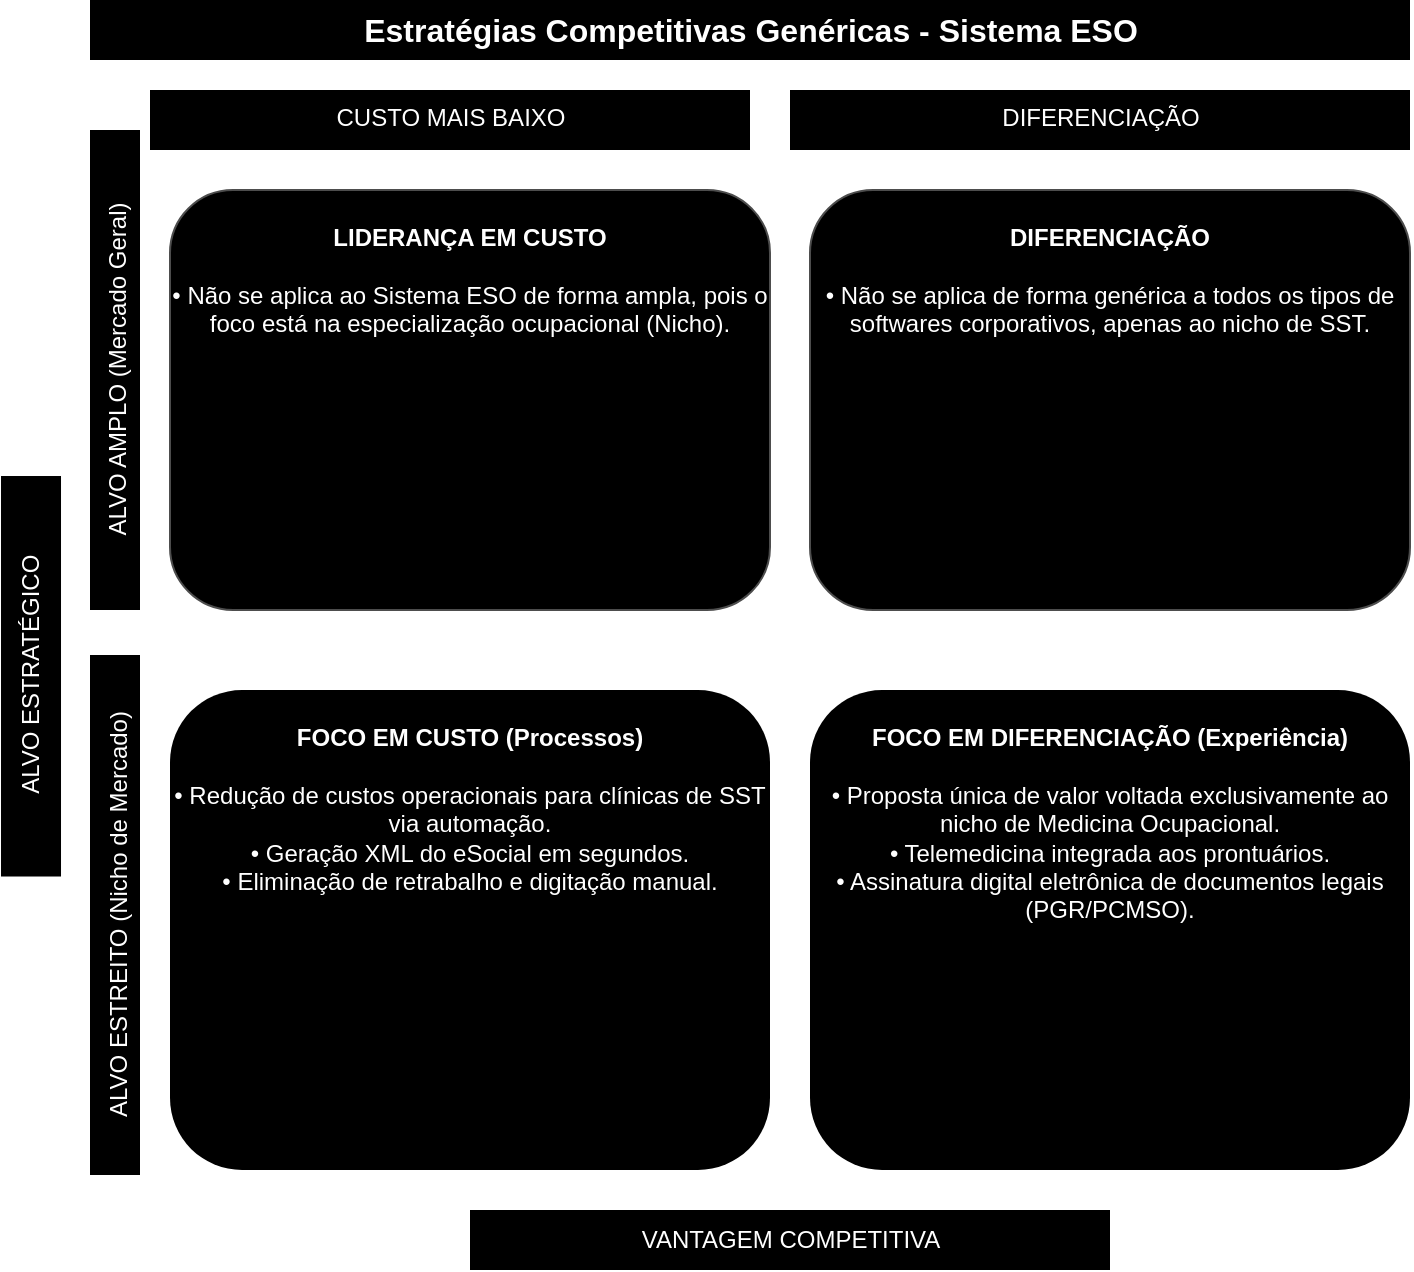
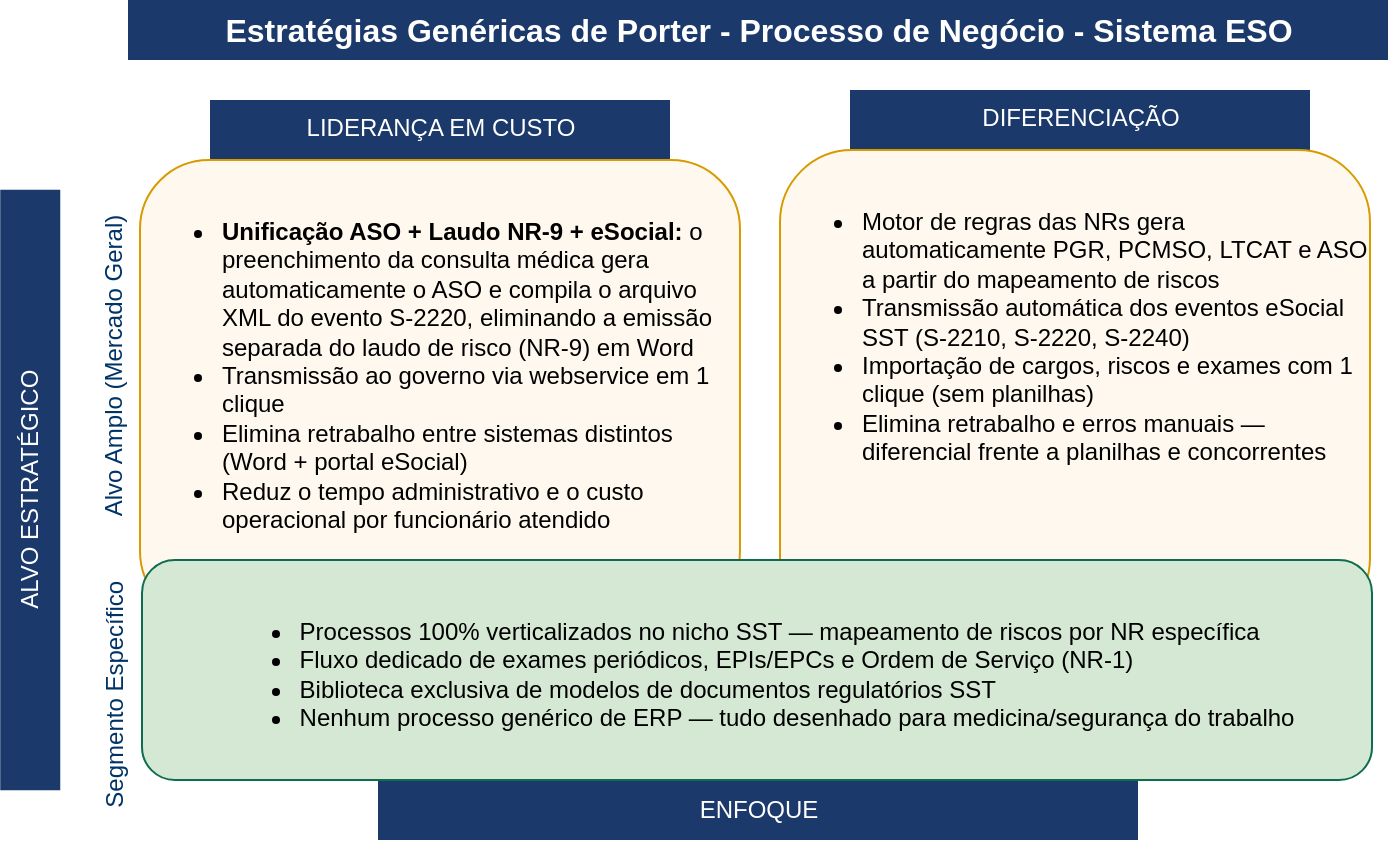
- <mxfile host="app.diagrams.net">
-   <diagram name="Estrategias Genericas - Sistema ESO" id="jij5iP2BGrOJ5ABmcV0-">
+ <mxfile host="app.diagrams.net" pages="2">
+   <diagram name="Estrategias Genericas - Processo de Negocio - Sistema ESO" id="jij5iP2BGrOJ5ABmcV0-">
    <mxGraphModel dx="1102" dy="682" grid="1" gridSize="10" guides="1" tooltips="1" connect="1" arrows="1" fold="1" page="1" pageScale="1" pageWidth="827" pageHeight="1169" math="0" shadow="0">
      <root>
        <mxCell id="0" />
        <mxCell id="1" parent="0" />
-         <mxCell id="0dvPvXTQRvxsFO0xUOzJ-1" parent="1" style="text;html=1;align=center;verticalAlign=middle;resizable=1;points=[];autosize=1;strokeColor=none;fillColor=light-dark(#000000,#000000);fontSize=16;fontColor=#ffffff;movable=1;rotatable=1;deletable=1;editable=1;locked=0;connectable=1;" value="&lt;b&gt;Estratégias Competitivas Genéricas - Sistema ESO&lt;/b&gt;" vertex="1">
-           <mxGeometry height="30" width="660" x="70" y="25" as="geometry" />
+         <mxCell id="0dvPvXTQRvxsFO0xUOzJ-1" parent="1" style="text;html=1;align=center;verticalAlign=middle;resizable=1;points=[];autosize=1;strokeColor=none;fillColor=light-dark(#1B3A6B,#000000);fontSize=16;fontColor=#ffffff;movable=1;rotatable=1;deletable=1;editable=1;locked=0;connectable=1;" value="&lt;b&gt;Estratégias Genéricas de Porter - Processo de Negócio - Sistema ESO&lt;/b&gt;" vertex="1">
+           <mxGeometry height="30" width="630" x="99" y="40" as="geometry" />
        </mxCell>
-         <mxCell id="0dvPvXTQRvxsFO0xUOzJ-2" parent="1" style="text;html=1;align=center;verticalAlign=middle;resizable=1;points=[];autosize=1;strokeColor=none;fillColor=light-dark(#000000,#000000);rotation=-90;fontColor=#FFFFFF;movable=1;rotatable=1;deletable=1;editable=1;locked=0;connectable=1;" value="ALVO ESTRATÉGICO" vertex="1">
-           <mxGeometry height="30" width="200.25" x="-59.62" y="348.13" as="geometry" />
+         <mxCell id="0dvPvXTQRvxsFO0xUOzJ-2" parent="1" style="text;html=1;align=center;verticalAlign=middle;resizable=1;points=[];autosize=1;strokeColor=none;fillColor=light-dark(#1B3A6B,#000000);rotation=-90;fontColor=#FFFFFF;movable=1;rotatable=1;deletable=1;editable=1;locked=0;connectable=1;" value="ALVO ESTRATÉGICO" vertex="1">
+           <mxGeometry height="30" width="300.25" x="-100" y="270" as="geometry" />
        </mxCell>
-         <mxCell id="0dvPvXTQRvxsFO0xUOzJ-3" parent="1" style="text;html=1;align=center;verticalAlign=middle;resizable=1;points=[];autosize=1;strokeColor=none;fillColor=light-dark(#000000,#000000);fontColor=#FFFFFF;movable=1;rotatable=1;deletable=1;editable=1;locked=0;connectable=1;" value="VANTAGEM COMPETITIVA" vertex="1">
-           <mxGeometry height="30" width="320" x="260" y="630" as="geometry" />
+         <mxCell id="0dvPvXTQRvxsFO0xUOzJ-3" parent="1" style="text;html=1;align=center;verticalAlign=middle;resizable=1;points=[];autosize=1;strokeColor=none;fillColor=light-dark(#1B3A6B,#000000);fontColor=#FFFFFF;movable=1;rotatable=1;deletable=1;editable=1;locked=0;connectable=1;" value="ENFOQUE" vertex="1">
+           <mxGeometry height="30" width="380" x="224" y="430" as="geometry" />
        </mxCell>
-         <mxCell id="0dvPvXTQRvxsFO0xUOzJ-4" parent="1" style="text;html=1;align=center;fontColor=#ffffff;fillColor=light-dark(#000000,#000000);" value="CUSTO MAIS BAIXO" vertex="1">
-           <mxGeometry height="30" width="300" x="100" y="70" as="geometry" />
+         <mxCell id="0dvPvXTQRvxsFO0xUOzJ-4" parent="1" style="text;html=1;align=center;fontColor=#FFFFFF;fillColor=light-dark(#1B3A6B,#000000);verticalAlign=top;movable=1;resizable=1;rotatable=1;deletable=1;editable=1;locked=0;connectable=1;" value="LIDERANÇA EM CUSTO" vertex="1">
+           <mxGeometry height="30" width="230" x="140" y="90" as="geometry" />
        </mxCell>
-         <mxCell id="0dvPvXTQRvxsFO0xUOzJ-5" parent="1" style="text;html=1;align=center;fontColor=#ffffff;fillColor=light-dark(#000000,#000000);" value="DIFERENCIAÇÃO" vertex="1">
-           <mxGeometry height="30" width="310" x="420" y="70" as="geometry" />
+         <mxCell id="0dvPvXTQRvxsFO0xUOzJ-5" parent="1" style="text;html=1;align=center;fontColor=#ffffff;fillColor=light-dark(#1B3A6B,#000000);" value="DIFERENCIAÇÃO" vertex="1">
+           <mxGeometry height="30" width="230" x="460" y="85" as="geometry" />
        </mxCell>
-         <mxCell id="0dvPvXTQRvxsFO0xUOzJ-6" parent="1" style="text;html=1;align=center;fontColor=#ffffff;fillColor=light-dark(#000000,#000000);rotation=-90;" value="ALVO AMPLO (Mercado Geral)" vertex="1">
-           <mxGeometry height="25" width="240" x="-37.5" y="197.5" as="geometry" />
+         <mxCell id="0dvPvXTQRvxsFO0xUOzJ-6" parent="1" style="text;html=1;align=center;fontColor=#003366;fillColor=light-dark(#FFFFFF,#000000);rotation=-90;" value="Alvo Amplo (Mercado Geral)" vertex="1">
+           <mxGeometry height="25" width="181.25" y="210.63" as="geometry" />
        </mxCell>
-         <mxCell id="0dvPvXTQRvxsFO0xUOzJ-7" parent="1" style="text;html=1;align=center;fontColor=#ffffff;fillColor=light-dark(#000000,#000000);rotation=-90;" value="ALVO ESTREITO (Nicho de Mercado)" vertex="1">
-           <mxGeometry height="25" width="260" x="-47.5" y="470" as="geometry" />
+         <mxCell id="0dvPvXTQRvxsFO0xUOzJ-8" parent="1" style="rounded=1;whiteSpace=wrap;html=1;fillColor=#FFF8EE;strokeColor=#d79b00;verticalAlign=top;spacingTop=10;" value="&lt;ul style=&quot;text-align: left;&quot;&gt;&lt;li&gt;Motor de regras das NRs gera automaticamente PGR, PCMSO, LTCAT e ASO a partir do mapeamento de riscos&lt;/li&gt;&lt;li&gt;Transmissão automática dos eventos eSocial SST (S-2210, S-2220, S-2240)&lt;/li&gt;&lt;li&gt;Importação de cargos, riscos e exames com 1 clique (sem planilhas)&lt;/li&gt;&lt;li&gt;Elimina retrabalho e erros manuais — diferencial frente a planilhas e concorrentes&lt;/li&gt;&lt;/ul&gt;" vertex="1">
+           <mxGeometry height="240" width="295" x="425" y="115" as="geometry" />
        </mxCell>
-         <mxCell id="0dvPvXTQRvxsFO0xUOzJ-8" parent="1" style="rounded=1;whiteSpace=wrap;html=1;fillColor=light-dark(#000000,#000000);strokeColor=#4d4d4d;fontColor=#FFFFFF;verticalAlign=top;spacingTop=10;" value="&lt;b&gt;LIDERANÇA EM CUSTO&lt;/b&gt;&lt;br&gt;&lt;br&gt;• Não se aplica ao Sistema ESO de forma ampla, pois o foco está na especialização ocupacional (Nicho)." vertex="1">
-           <mxGeometry height="210" width="300" x="110" y="120" as="geometry" />
+         <mxCell id="ipM_3hFXSwGQaJ-82i8h-1" parent="1" style="rounded=1;whiteSpace=wrap;html=1;fillColor=#FFF8EE;strokeColor=#d79b00;verticalAlign=top;spacingTop=10;" value="&lt;ul style=&quot;text-align: left;&quot;&gt;&lt;li&gt;&lt;b&gt;Unificação ASO + Laudo NR-9 + eSocial:&lt;/b&gt;&amp;nbsp;o preenchimento da consulta médica gera automaticamente o ASO e compila o arquivo XML do evento S-2220, eliminando a emissão separada do laudo de risco (NR-9) em Word&lt;/li&gt;&lt;li&gt;Transmissão ao governo via webservice em 1 clique&lt;/li&gt;&lt;li&gt;Elimina retrabalho entre sistemas distintos (Word + portal eSocial)&lt;/li&gt;&lt;li&gt;Reduz o tempo administrativo e o custo operacional por funcionário atendido&lt;/li&gt;&lt;/ul&gt;" vertex="1">
+           <mxGeometry height="230" width="300" x="105" y="120" as="geometry" />
        </mxCell>
-         <mxCell id="0dvPvXTQRvxsFO0xUOzJ-9" parent="1" style="rounded=1;whiteSpace=wrap;html=1;fillColor=light-dark(#000000,#000000);strokeColor=#4d4d4d;fontColor=#FFFFFF;verticalAlign=top;spacingTop=10;" value="&lt;b&gt;DIFERENCIAÇÃO&lt;/b&gt;&lt;br/&gt;&lt;br/&gt;• Não se aplica de forma genérica a todos os tipos de softwares corporativos, apenas ao nicho de SST." vertex="1">
-           <mxGeometry height="210" width="300" x="430" y="120" as="geometry" />
+         <mxCell id="ipM_3hFXSwGQaJ-82i8h-2" parent="1" style="rounded=1;whiteSpace=wrap;html=1;fillColor=light-dark(#D5E8D4,#1D170F);strokeColor=#0D6E4F;verticalAlign=top;spacingTop=10;" value="&lt;ul style=&quot;text-align: left;&quot;&gt;&lt;li&gt;Processos 100% verticalizados no nicho SST — mapeamento de riscos por NR específica&lt;/li&gt;&lt;li&gt;Fluxo dedicado de exames periódicos, EPIs/EPCs e Ordem de Serviço (NR-1)&lt;/li&gt;&lt;li&gt;Biblioteca exclusiva de modelos de documentos regulatórios SST&lt;/li&gt;&lt;li&gt;Nenhum processo genérico de ERP — tudo desenhado para medicina/segurança do trabalho&lt;/li&gt;&lt;/ul&gt;" vertex="1">
+           <mxGeometry height="110" width="615" x="106" y="320" as="geometry" />
        </mxCell>
-         <mxCell id="0dvPvXTQRvxsFO0xUOzJ-10" parent="1" style="rounded=1;whiteSpace=wrap;html=1;fillColor=light-dark(#000000,#000000);strokeColor=none;fontColor=#ffffff;verticalAlign=top;spacingTop=10;strokeWidth=2;" value="&lt;b&gt;FOCO EM CUSTO (Processos)&lt;/b&gt;&lt;br/&gt;&lt;br/&gt;• Redução de custos operacionais para clínicas de SST via automação.&lt;br/&gt;• Geração XML do eSocial em segundos.&lt;br/&gt;• Eliminação de retrabalho e digitação manual." vertex="1">
-           <mxGeometry height="240" width="300" x="110" y="370" as="geometry" />
+         <mxCell id="ipM_3hFXSwGQaJ-82i8h-3" parent="1" style="text;html=1;align=center;fontColor=#003366;fillColor=light-dark(#FFFFFF,#000000);rotation=-90;" value="S&lt;span style=&quot;white-space-collapse: preserve;&quot;&gt;egmento Específico&lt;/span&gt;" vertex="1">
+           <mxGeometry height="25" width="131.26" x="25" y="375.01" as="geometry" />
        </mxCell>
-         <mxCell id="0dvPvXTQRvxsFO0xUOzJ-11" parent="1" style="rounded=1;whiteSpace=wrap;html=1;fillColor=light-dark(#000000,#000000);strokeColor=none;fontColor=#ffffff;verticalAlign=top;spacingTop=10;strokeWidth=2;" value="&lt;b&gt;FOCO EM DIFERENCIAÇÃO (Experiência)&lt;/b&gt;&lt;br/&gt;&lt;br/&gt;• Proposta única de valor voltada exclusivamente ao nicho de Medicina Ocupacional.&lt;br/&gt;• Telemedicina integrada aos prontuários.&lt;br/&gt;• Assinatura digital eletrônica de documentos legais (PGR/PCMSO)." vertex="1">
-           <mxGeometry height="240" width="300" x="430" y="370" as="geometry" />
+       </root>
+     </mxGraphModel>
+   </diagram>
+   <diagram name="Estrategias Genericas - Experiencia do Cliente - Sistema ESO" id="hsljU96gnOCO8NUlq1vq">
+     <mxGraphModel dx="1102" dy="682" grid="1" gridSize="10" guides="1" tooltips="1" connect="1" arrows="1" fold="1" page="1" pageScale="1" pageWidth="827" pageHeight="1169" math="0" shadow="0">
+       <root>
+         <mxCell id="6kAsotT3T7_MdOOW3TAQ-0" />
+         <mxCell id="6kAsotT3T7_MdOOW3TAQ-1" parent="6kAsotT3T7_MdOOW3TAQ-0" />
+         <mxCell id="6kAsotT3T7_MdOOW3TAQ-2" parent="6kAsotT3T7_MdOOW3TAQ-1" style="text;html=1;align=center;verticalAlign=middle;resizable=1;points=[];autosize=1;strokeColor=none;fillColor=light-dark(#1B3A6B,#000000);fontSize=16;fontColor=#ffffff;movable=1;rotatable=1;deletable=1;editable=1;locked=0;connectable=1;" value="&lt;b&gt;Estratégias Genéricas de Porter - Experiência do Cliente CX - Sistema ESO&lt;/b&gt;" vertex="1">
+           <mxGeometry height="30" width="590" x="119" y="40" as="geometry" />
+         </mxCell>
+         <mxCell id="6kAsotT3T7_MdOOW3TAQ-3" parent="6kAsotT3T7_MdOOW3TAQ-1" style="text;html=1;align=center;verticalAlign=middle;resizable=1;points=[];autosize=1;strokeColor=none;fillColor=light-dark(#1B3A6B,#000000);rotation=-90;fontColor=#FFFFFF;movable=1;rotatable=1;deletable=1;editable=1;locked=0;connectable=1;" value="ALVO ESTRATÉGICO" vertex="1">
+           <mxGeometry height="30" width="300.25" x="-100" y="270" as="geometry" />
+         </mxCell>
+         <mxCell id="6kAsotT3T7_MdOOW3TAQ-4" parent="6kAsotT3T7_MdOOW3TAQ-1" style="text;html=1;align=center;verticalAlign=middle;resizable=1;points=[];autosize=1;strokeColor=none;fillColor=light-dark(#1B3A6B,#000000);fontColor=#FFFFFF;movable=1;rotatable=1;deletable=1;editable=1;locked=0;connectable=1;" value="ENFOQUE" vertex="1">
+           <mxGeometry height="30" width="380" x="220" y="460" as="geometry" />
+         </mxCell>
+         <mxCell id="6kAsotT3T7_MdOOW3TAQ-5" parent="6kAsotT3T7_MdOOW3TAQ-1" style="text;html=1;align=center;fontColor=#FFFFFF;fillColor=light-dark(#1B3A6B,#000000);verticalAlign=top;movable=1;resizable=1;rotatable=1;deletable=1;editable=1;locked=0;connectable=1;" value="LIDERANÇA EM CUSTO" vertex="1">
+           <mxGeometry height="30" width="230" x="140" y="90" as="geometry" />
+         </mxCell>
+         <mxCell id="6kAsotT3T7_MdOOW3TAQ-6" parent="6kAsotT3T7_MdOOW3TAQ-1" style="text;html=1;align=center;fontColor=#ffffff;fillColor=light-dark(#1B3A6B,#000000);" value="DIFERENCIAÇÃO" vertex="1">
+           <mxGeometry height="30" width="230" x="460" y="85" as="geometry" />
+         </mxCell>
+         <mxCell id="6kAsotT3T7_MdOOW3TAQ-7" parent="6kAsotT3T7_MdOOW3TAQ-1" style="text;html=1;align=center;fontColor=#003366;fillColor=light-dark(#FFFFFF,#000000);rotation=-90;" value="Alvo Amplo (Mercado Geral)" vertex="1">
+           <mxGeometry height="25" width="181.25" y="210.63" as="geometry" />
+         </mxCell>
+         <mxCell id="6kAsotT3T7_MdOOW3TAQ-8" parent="6kAsotT3T7_MdOOW3TAQ-1" style="rounded=1;whiteSpace=wrap;html=1;fillColor=#FFF8EE;strokeColor=#d79b00;verticalAlign=top;spacingTop=10;" value="&lt;ul style=&quot;text-align: left;&quot;&gt;&lt;li&gt;&lt;b&gt;Assinatura Eletrônica Digital:&lt;/b&gt;&amp;nbsp;médicos e engenheiros assinam documentos ocupacionais com validade legal na própria plataforma, eliminando impressões físicas&lt;/li&gt;&lt;li&gt;&lt;b&gt;Telemedicina Integrada:&lt;/b&gt;&amp;nbsp;exames periódicos e consultas médicas ocupacionais realizados remotamente&lt;/li&gt;&lt;li&gt;&lt;b&gt;Portal do Cliente Final:&lt;/b&gt;&amp;nbsp;área restrita para empresas-clientes baixarem laudos e acompanharem vencimentos de exames de seus funcionários&lt;/li&gt;&lt;li&gt;Agrega valor e transparência ao relacionamento comercial entre clínica e empresa-cliente&lt;/li&gt;&lt;/ul&gt;" vertex="1">
+           <mxGeometry height="240" width="295" x="425" y="115" as="geometry" />
+         </mxCell>
+         <mxCell id="6kAsotT3T7_MdOOW3TAQ-9" parent="6kAsotT3T7_MdOOW3TAQ-1" style="rounded=1;whiteSpace=wrap;html=1;fillColor=#FFF8EE;strokeColor=#d79b00;verticalAlign=top;spacingTop=10;" value="&lt;ul style=&quot;text-align: left;&quot;&gt;&lt;li&gt;Trial gratuito reduz risco percebido na decisão de compra&lt;/li&gt;&lt;li&gt;Planos acessíveis para autônomos e técnicos (menos de 300 vidas)&lt;/li&gt;&lt;li&gt;Self-service via dashboard reduz dependência de suporte humano&lt;/li&gt;&lt;li&gt;Sem custos de instalação, licença local ou hardware dedicado&lt;/li&gt;&lt;/ul&gt;" vertex="1">
+           <mxGeometry height="230" width="300" x="105" y="120" as="geometry" />
+         </mxCell>
+         <mxCell id="6kAsotT3T7_MdOOW3TAQ-10" parent="6kAsotT3T7_MdOOW3TAQ-1" style="rounded=1;whiteSpace=wrap;html=1;fillColor=light-dark(#D5E8D4,#1D170F);strokeColor=#0D6E4F;verticalAlign=top;spacingTop=10;" value="&lt;ul style=&quot;text-align: left;&quot;&gt;&lt;li&gt;Interface e terminologia adaptadas à linguagem de médicos, técnicos e engenheiros de SST&lt;/li&gt;&lt;li&gt;Suporte especializado em NRs e eSocial — não um helpdesk genérico&lt;/li&gt;&lt;li&gt;Segmentação de planos por perfil: clínica, assessoria ou SESMT interno&lt;/li&gt;&lt;li&gt;Conteúdo educativo (blog) focado 100% em SST e eSocial&lt;/li&gt;&lt;/ul&gt;" vertex="1">
+           <mxGeometry height="110" width="615" x="106" y="350" as="geometry" />
+         </mxCell>
+         <mxCell id="6kAsotT3T7_MdOOW3TAQ-11" parent="6kAsotT3T7_MdOOW3TAQ-1" style="text;html=1;align=center;fontColor=#003366;fillColor=light-dark(#FFFFFF,#000000);rotation=-90;" value="S&lt;span style=&quot;white-space-collapse: preserve;&quot;&gt;egmento Específico&lt;/span&gt;" vertex="1">
+           <mxGeometry height="25" width="131.26" x="25" y="375.01" as="geometry" />
        </mxCell>
      </root>
    </mxGraphModel>
  </diagram>
</mxfile>
